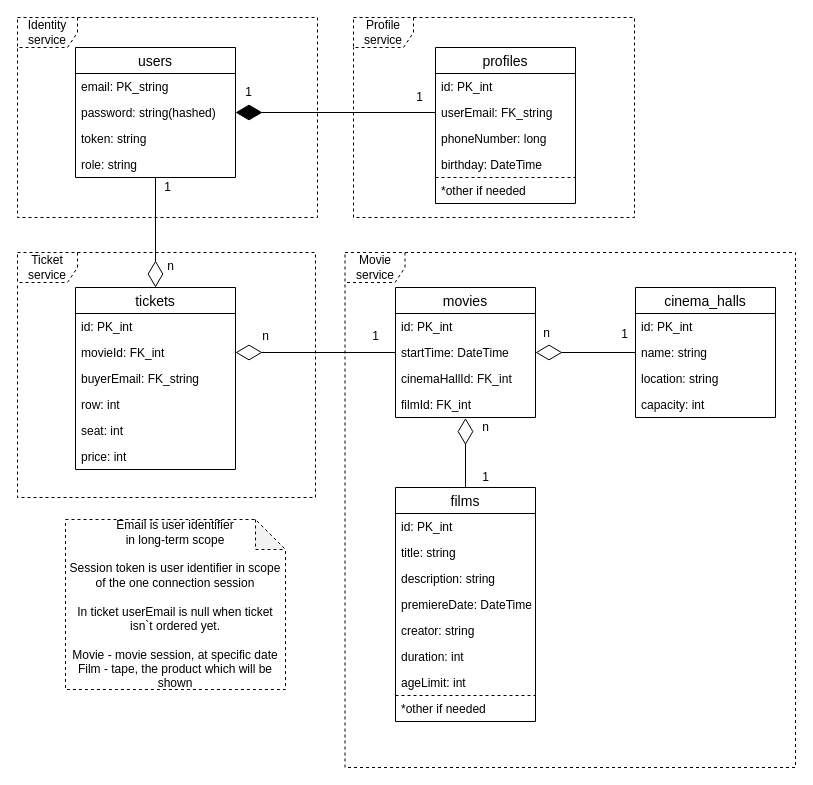
Before: docs/Database_Entities.drawio in ArtemK123/Ticket_Flow, a draw.io diagram. Source tidied: cells renumbered, new cells numbered last; positions are measured from the earlier drawing's top-left corner, leaving out a move shared by most shapes. Both pictures are drawn from the tidied source at 100%, with x=0, y=0 at pixel (17, 17).
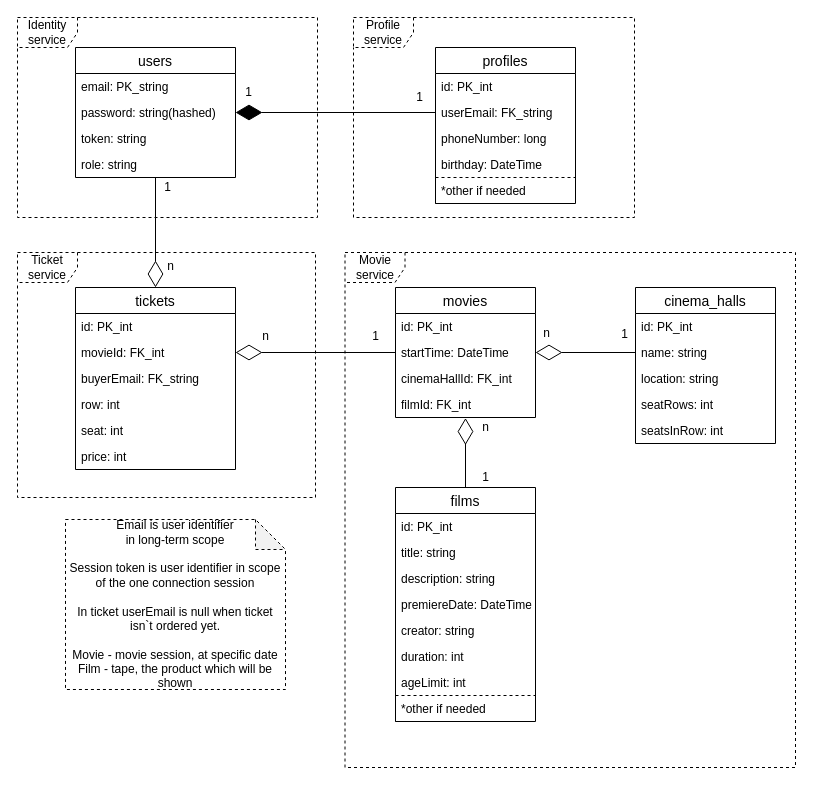
Above is the later version.

Commit message (it also covers changes not shown here):
Changed the cinemaHall entity. Actualized dateTime fields in api_desctiption

What changed in the source:
```diff
@@
     <mxCell id="30" value="cinema_halls" style="swimlane;fontStyle=0;horizontal=1;startSize=26;align=center;fontSize=14;" parent="1" vertex="1">
-      <mxGeometry x="618" y="270" width="140" height="130" as="geometry" />
+      <mxGeometry x="618" y="270" width="140" height="156" as="geometry" />
     </mxCell>
@@
-    <mxCell id="34" value="capacity: int" style="text;strokeColor=none;fillColor=none;spacingLeft=4;spacingRight=4;overflow=hidden;fontSize=12;" parent="30" vertex="1">
+    <mxCell id="34" value="seatRows: int" style="text;strokeColor=none;fillColor=none;spacingLeft=4;spacingRight=4;overflow=hidden;fontSize=12;" parent="30" vertex="1">
       <mxGeometry y="104" width="140" height="26" as="geometry" />
     </mxCell>
+    <mxCell id="59" value="seatsInRow: int" style="text;strokeColor=none;fillColor=none;spacingLeft=4;spacingRight=4;overflow=hidden;fontSize=12;" parent="30" vertex="1">
+      <mxGeometry y="130" width="140" height="26" as="geometry" />
+    </mxCell>
```
